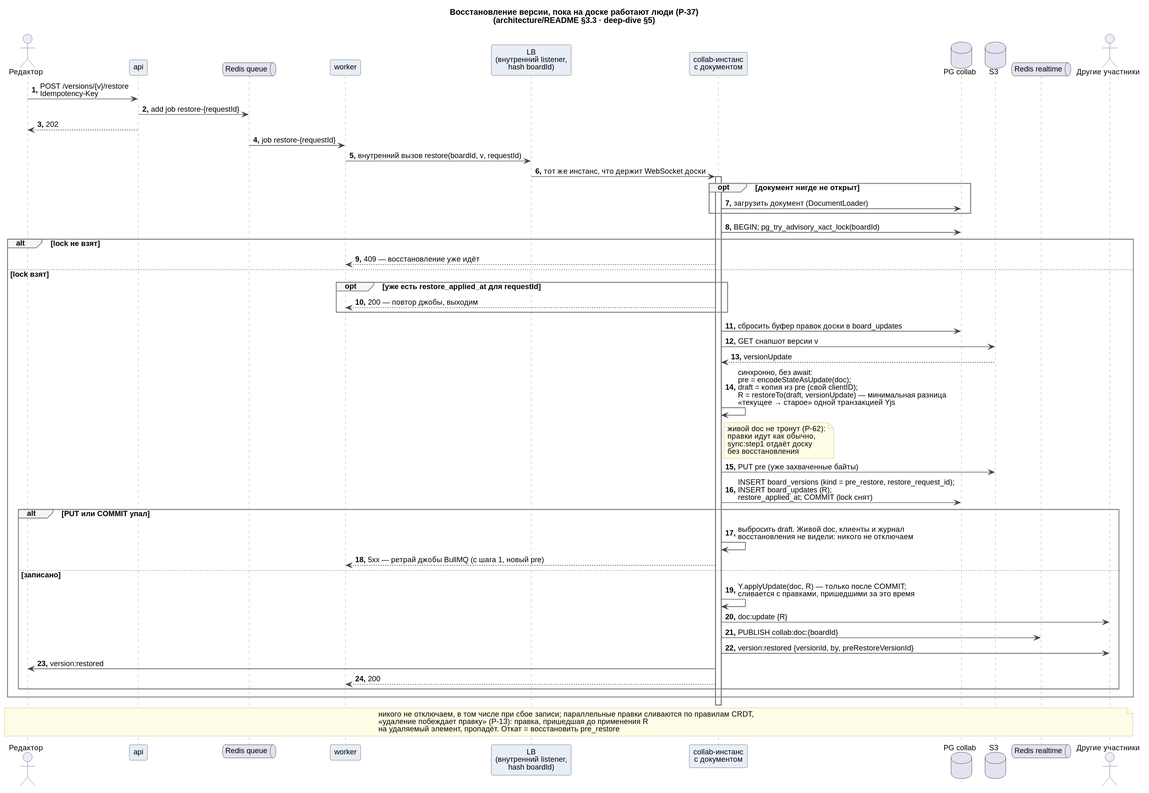
Above: docs/system-design/sequences/detailed/07-version-restore.svg in fanera-team/fanera (PlantUML), before the change.
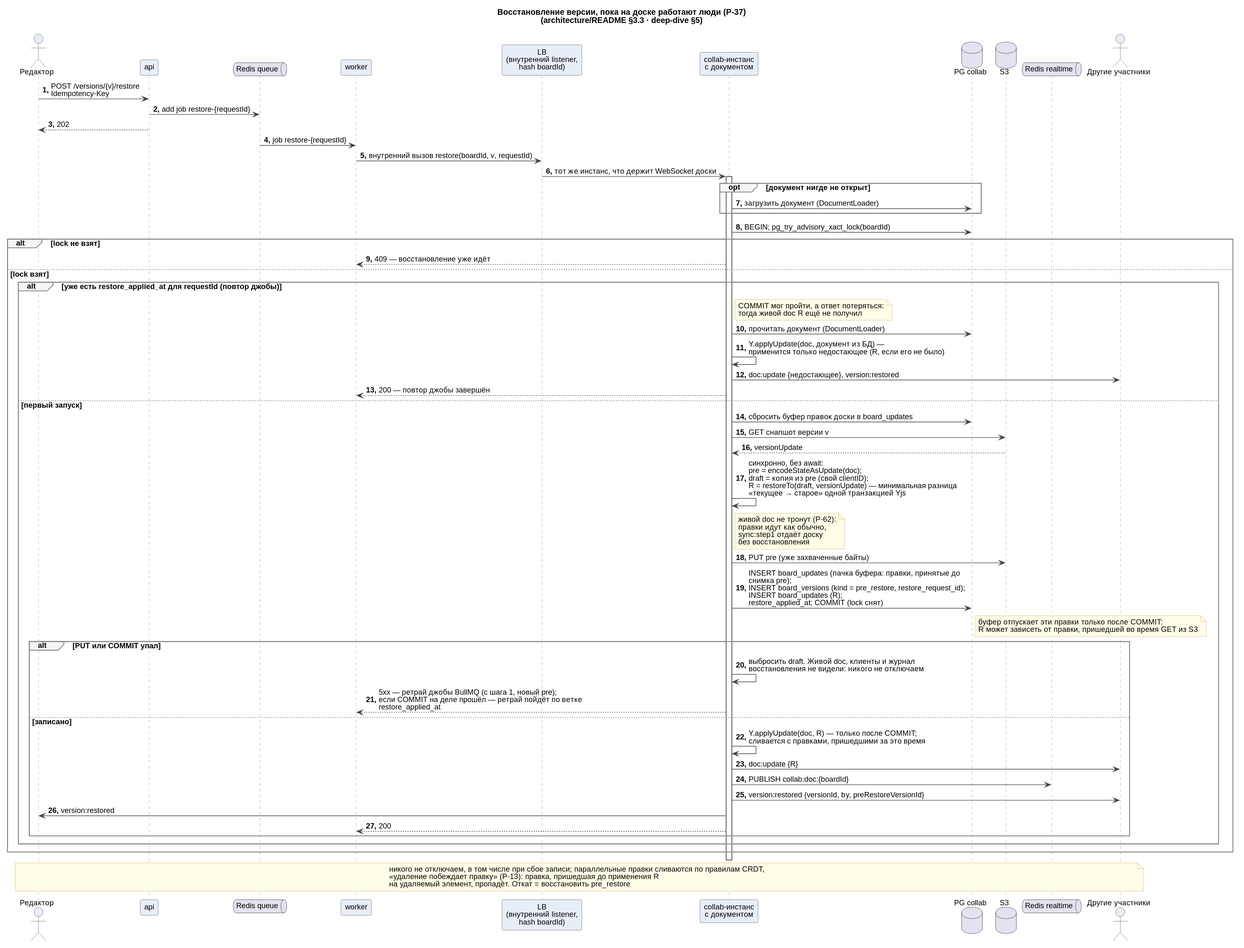
The same file after the commit.

Diff of the diagram source:
```diff
@@ -28,19 +28,24 @@
 alt lock не взят
   COL --> W : 409 — восстановление уже идёт
 else lock взят
-  opt уже есть restore_applied_at для requestId
-    COL --> W : 200 — повтор джобы, выходим
-  end
+  alt уже есть restore_applied_at для requestId (повтор джобы)
+    note right of COL : COMMIT мог пройти, а ответ потеряться:\nтогда живой doc R ещё не получил
+    COL -> PG : прочитать документ (DocumentLoader)
+    COL -> COL : Y.applyUpdate(doc, документ из БД) —\nприменится только недостающее (R, если его не было)
+    COL -> O : doc:update {недостающее}, version:restored
+    COL --> W : 200 — повтор джобы завершён
+  else первый запуск
   COL -> PG : сбросить буфер правок доски в board_updates
   COL -> S3 : GET снапшот версии v
   S3 --> COL : versionUpdate
   COL -> COL : синхронно, без await:\npre = encodeStateAsUpdate(doc);\ndraft = копия из pre (свой clientID);\nR = restoreTo(draft, versionUpdate) — минимальная разница\n«текущее → старое» одной транзакцией Yjs
   note right of COL : живой doc не тронут (Р-62):\nправки идут как обычно,\nsync:step1 отдаёт доску\nбез восстановления
   COL -> S3 : PUT pre (уже захваченные байты)
-  COL -> PG : INSERT board_versions (kind = pre_restore, restore_request_id);\nINSERT board_updates (R);\nrestore_applied_at; COMMIT (lock снят)
+  COL -> PG : INSERT board_updates (пачка буфера: правки, принятые до снимка pre);\nINSERT board_versions (kind = pre_restore, restore_request_id);\nINSERT board_updates (R);\nrestore_applied_at; COMMIT (lock снят)
+  note right of PG : буфер отпускает эти правки только после COMMIT:\nR может зависеть от правки, пришедшей во время GET из S3
   alt PUT или COMMIT упал
     COL -> COL : выбросить draft. Живой doc, клиенты и журнал\nвосстановления не видели: никого не отключаем
-    COL --> W : 5xx — ретрай джобы BullMQ (с шага 1, новый pre)
+    COL --> W : 5xx — ретрай джобы BullMQ (с шага 1, новый pre);\nесли COMMIT на деле прошёл — ретрай пойдёт по ветке restore_applied_at
   else записано
     COL -> COL : Y.applyUpdate(doc, R) — только после COMMIT;\nсливается с правками, пришедшими за это время
     COL -> O : doc:update {R}
@@ -49,6 +54,7 @@
     COL -> U : version:restored
     COL --> W : 200
   end
+  end
 end
 deactivate COL
 note over U, O : никого не отключаем, в том числе при сбое записи; параллельные правки сливаются по правилам CRDT,\n«удаление побеждает правку» (Р-13): правка, пришедшая до применения R\nна удаляемый элемент, пропадёт. Откат = восстановить pre_restore
```
